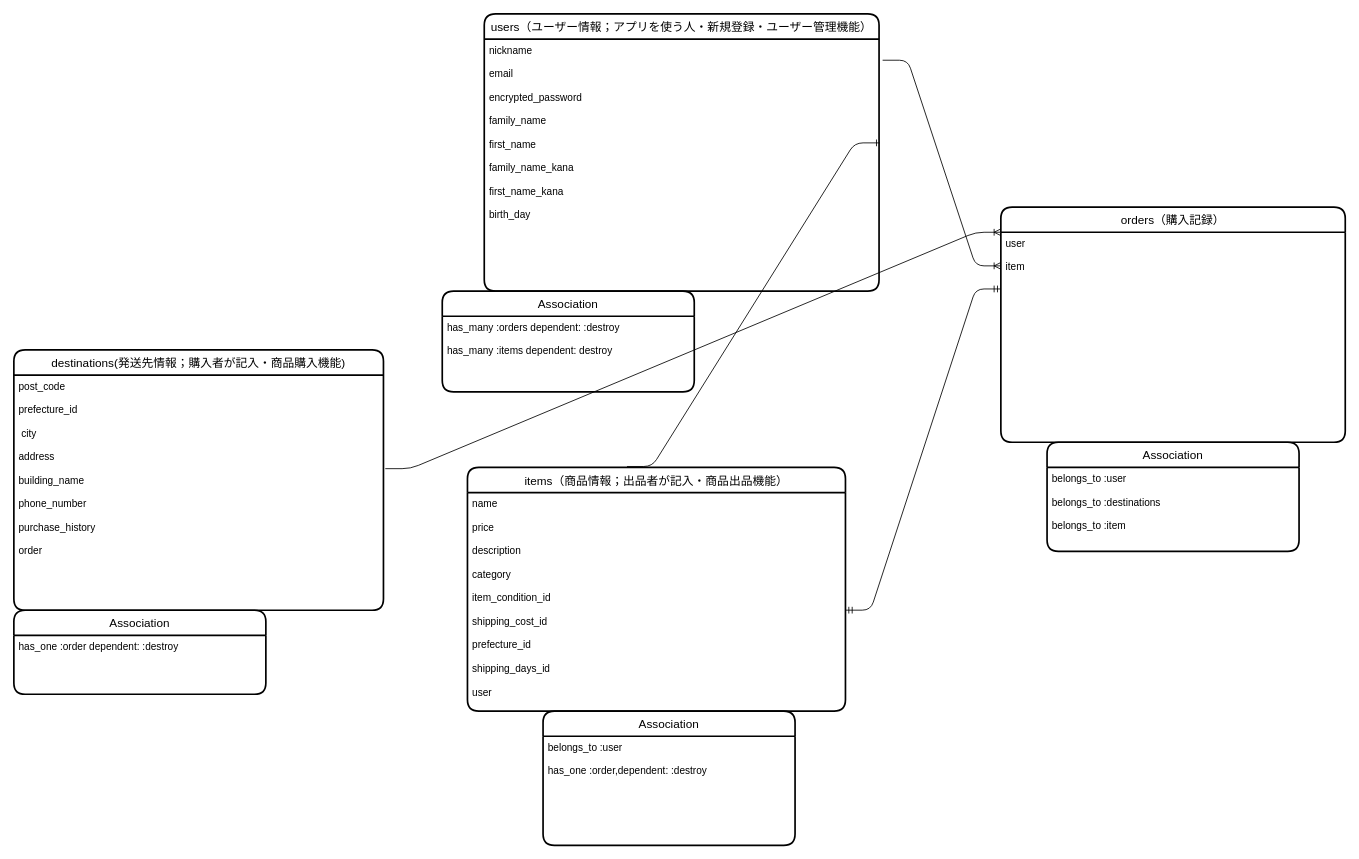
This is furima.dio from donrow007/furima-38283, a draw.io file, before an edit. Source tidied: cells renumbered, new cells numbered last; positions are measured from the earlier drawing's top-left corner, leaving out a move shared by most shapes. Both pictures are drawn from the tidied source at 84%, with x=0, y=0 at pixel (13, 13).
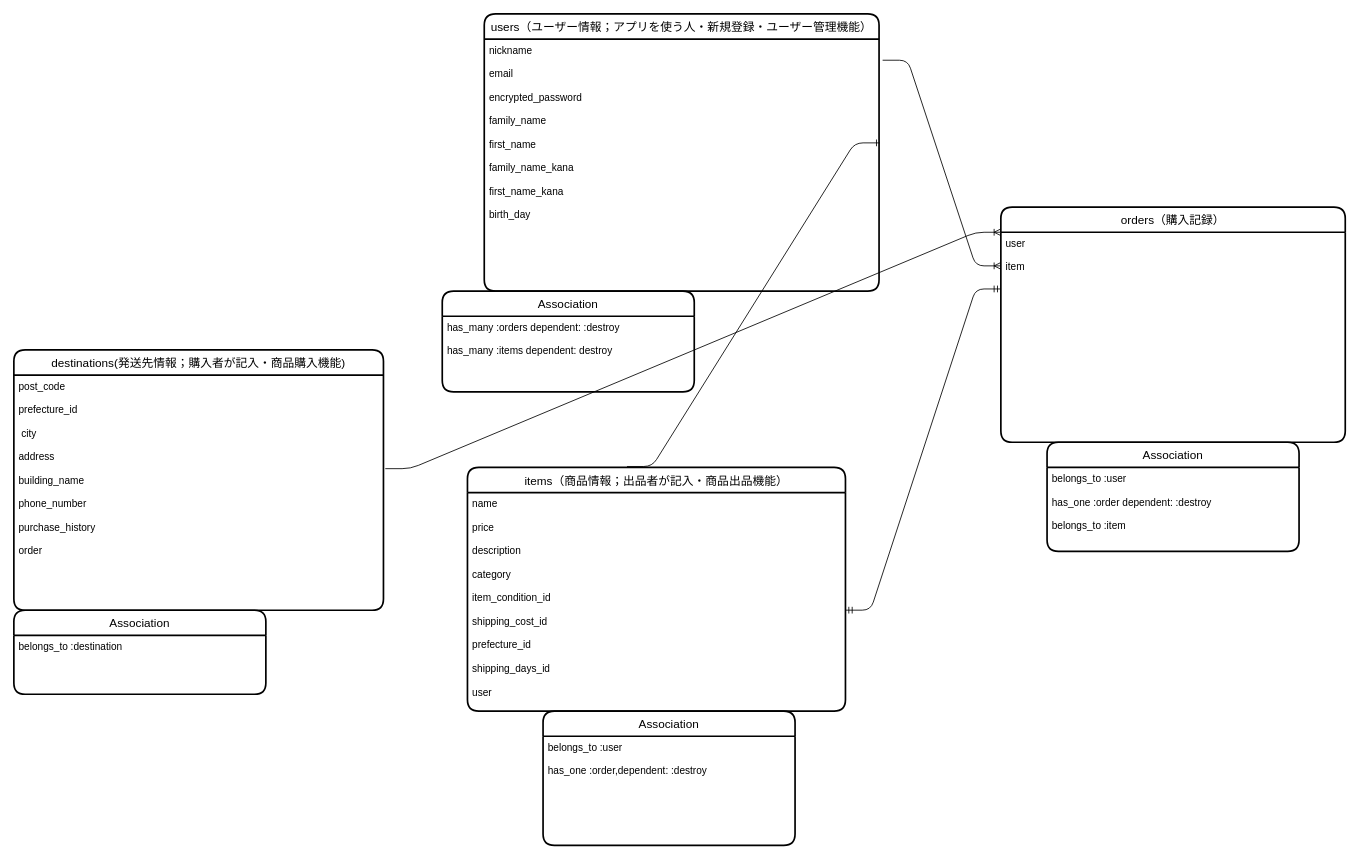
The same diagram, later.

Unchanged cells that the change refers to:
```xml
<mxCell id="13" value="Association" style="swimlane;horizontal=1;startSize=30;rounded=1;fontSize=14;fontStyle=0;strokeWidth=2;shadow=0;dashed=0;align=center;" parent="1" vertex="1">
  <mxGeometry x="1230" y="510" width="300" height="130" as="geometry" />
</mxCell>
<mxCell id="21" value="Association" style="swimlane;horizontal=1;startSize=30;rounded=1;fontSize=14;fontStyle=0;strokeWidth=2;shadow=0;dashed=0;align=center;" parent="1" vertex="1">
  <mxGeometry y="710" width="300" height="100" as="geometry" />
</mxCell>
```

Diff of the diagram source:
```diff
@@
-    <mxCell id="14" value="belongs_to :user&#10;&#10;belongs_to :destinations&#10;&#10;belongs_to :item" style="align=left;strokeColor=none;fillColor=none;spacingLeft=4;fontSize=12;verticalAlign=top;" parent="13" vertex="1">
+    <mxCell id="14" value="belongs_to :user&#10;&#10;has_one :order dependent: :destroy&#10;&#10;belongs_to :item" style="align=left;strokeColor=none;fillColor=none;spacingLeft=4;fontSize=12;verticalAlign=top;" parent="13" vertex="1">
       <mxGeometry y="30" width="300" height="100" as="geometry" />
     </mxCell>
@@
-    <mxCell id="22" value="has_one :order dependent: :destroy&#10;&#10;" style="align=left;strokeColor=none;fillColor=none;spacingLeft=4;fontSize=12;verticalAlign=top;" parent="21" vertex="1">
+    <mxCell id="22" value="belongs_to :destination" style="align=left;strokeColor=none;fillColor=none;spacingLeft=4;fontSize=12;verticalAlign=top;" parent="21" vertex="1">
       <mxGeometry y="30" width="300" height="70" as="geometry" />
     </mxCell>
```
